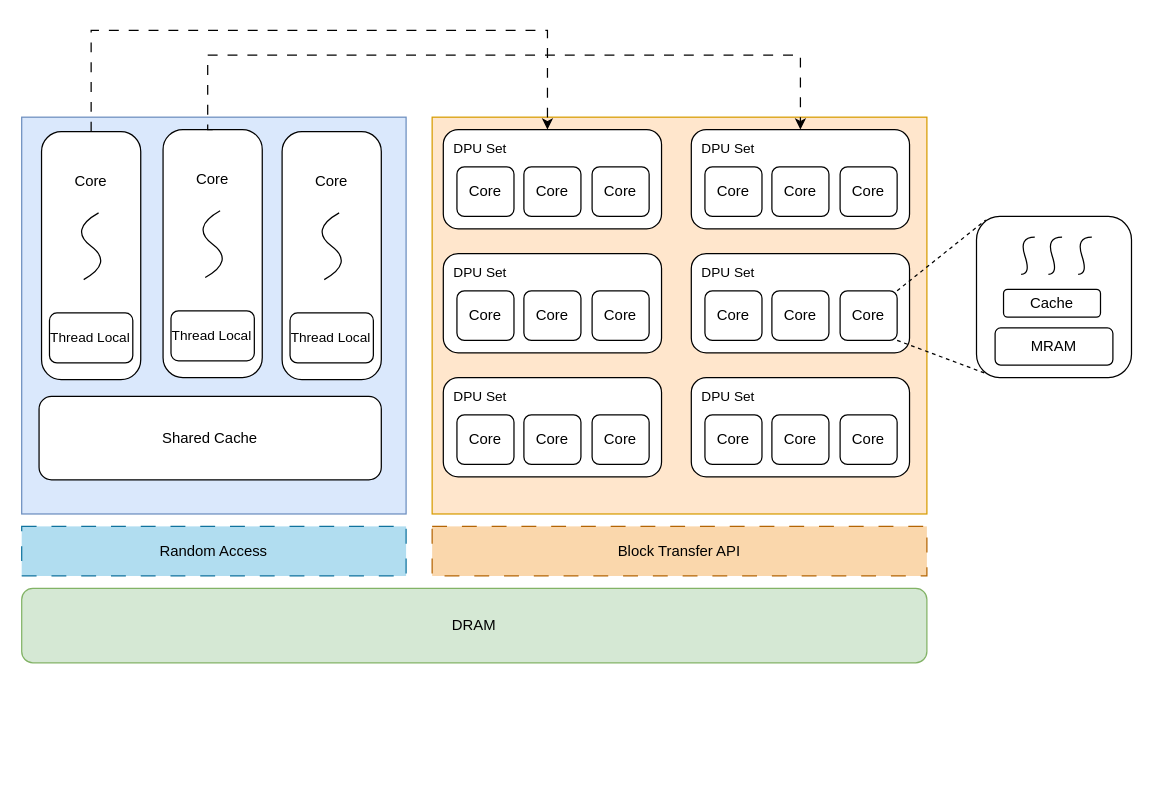
Before: p1.drawio in cnissnzg/picture, a draw.io diagram. Source tidied: cells renumbered, new cells numbered last; positions are measured from the earlier drawing's top-left corner, leaving out a move shared by most shapes. Both pictures are drawn from the tidied source at 124%, with x=0, y=0 at pixel (21, 30).
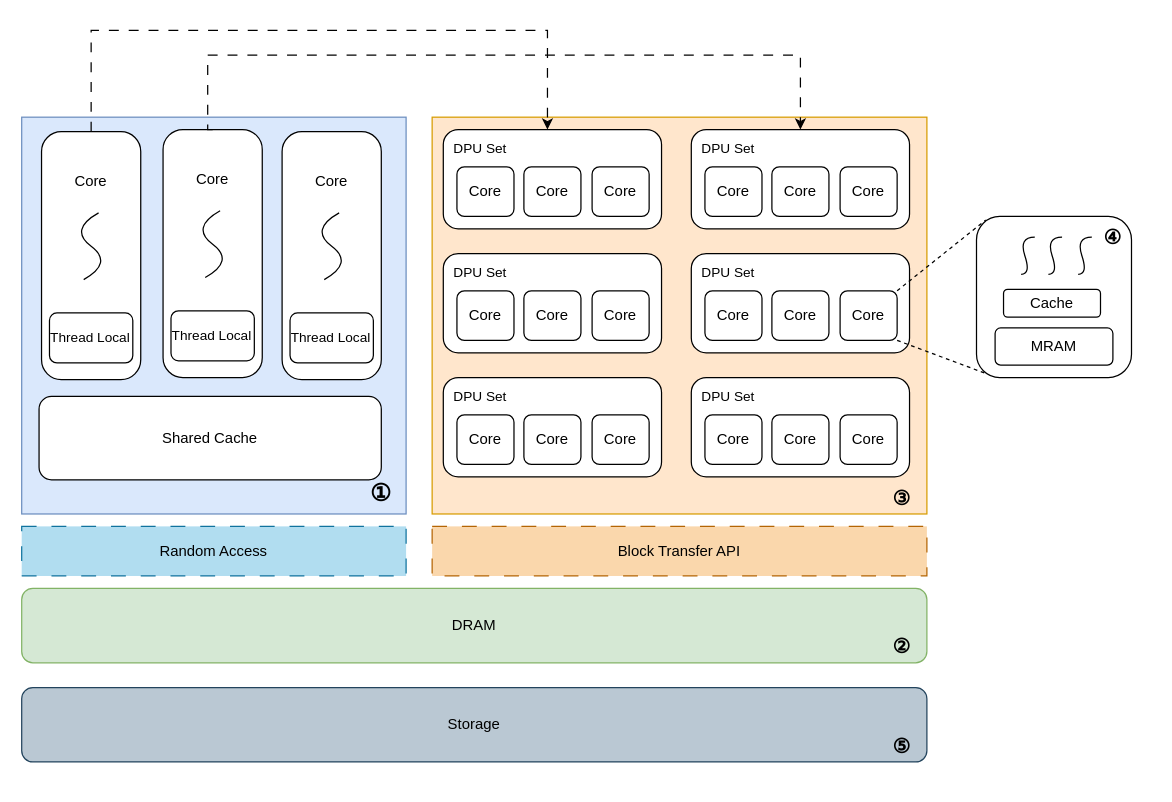
The same page after the edit.

The edit, as a diff of the source:
```diff
@@
     <mxCell id="56" style="group;" parent="1" vertex="1">
-      <mxGeometry x="770" y="150" width="125" height="130" as="geometry" />
+      <mxGeometry x="770" y="150" width="140" height="130" as="geometry" />
     </mxCell>
@@
+    <mxCell id="67" value="&lt;h1&gt;&lt;font style=&quot;font-size: 16px;&quot;&gt;&lt;b&gt;④&lt;/b&gt;&lt;/font&gt;&lt;/h1&gt;" style="text;html=1;strokeColor=none;fillColor=none;align=center;verticalAlign=middle;whiteSpace=wrap;rounded=0;" parent="56" vertex="1">
+      <mxGeometry x="80" width="60" height="30" as="geometry" />
+    </mxCell>
@@
+    <mxCell id="68" value="&lt;b&gt;&lt;font face=&quot;Comic Sans MS&quot; style=&quot;font-size: 19px;&quot;&gt;①&lt;/font&gt;&lt;/b&gt;" style="text;html=1;strokeColor=none;fillColor=none;align=center;verticalAlign=middle;whiteSpace=wrap;rounded=0;" parent="1" vertex="1">
+      <mxGeometry x="260" y="360" width="60" height="30" as="geometry" />
+    </mxCell>
+    <mxCell id="69" value="&lt;h1&gt;&lt;font style=&quot;font-size: 16px;&quot;&gt;&lt;b&gt;②&lt;/b&gt;&lt;/font&gt;&lt;/h1&gt;" style="text;html=1;strokeColor=none;fillColor=none;align=center;verticalAlign=middle;whiteSpace=wrap;rounded=0;" parent="1" vertex="1">
+      <mxGeometry x="680" y="480" width="60" height="30" as="geometry" />
+    </mxCell>
+    <mxCell id="70" value="&lt;h1&gt;&lt;font style=&quot;font-size: 16px;&quot;&gt;&lt;b&gt;③&lt;/b&gt;&lt;/font&gt;&lt;/h1&gt;" style="text;html=1;strokeColor=none;fillColor=none;align=center;verticalAlign=middle;whiteSpace=wrap;rounded=0;" parent="1" vertex="1">
+      <mxGeometry x="680" y="360" width="60" height="30" as="geometry" />
+    </mxCell>
+    <mxCell id="71" value="Storage" style="rounded=1;whiteSpace=wrap;html=1;fillColor=#bac8d3;strokeColor=#23445d;" parent="1" vertex="1">
+      <mxGeometry y="530" width="730" height="60" as="geometry" />
+    </mxCell>
+    <mxCell id="72" value="&lt;h1&gt;&lt;span style=&quot;font-size: 16px;&quot;&gt;⑤&lt;/span&gt;&lt;/h1&gt;" style="text;html=1;strokeColor=none;fillColor=none;align=center;verticalAlign=middle;whiteSpace=wrap;rounded=0;" parent="1" vertex="1">
+      <mxGeometry x="680" y="560" width="60" height="30" as="geometry" />
+    </mxCell>
```
